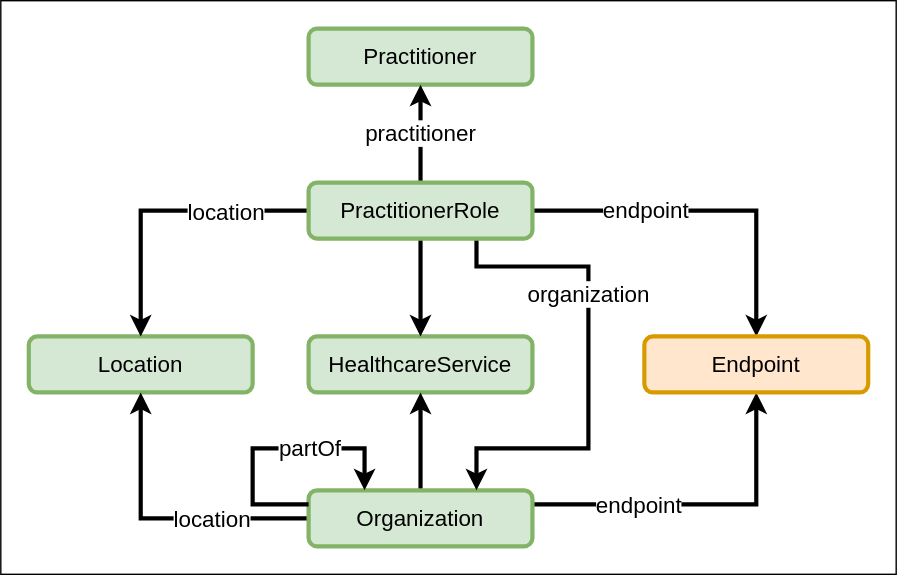
The draw.io diagram images/VZD_FHIR_Directory_Resourcen.svg in gematik/api-vzd, before a commit. Source tidied: cells renumbered, new cells last; positions are measured from the earlier drawing's top-left corner, leaving out a move shared by most shapes.
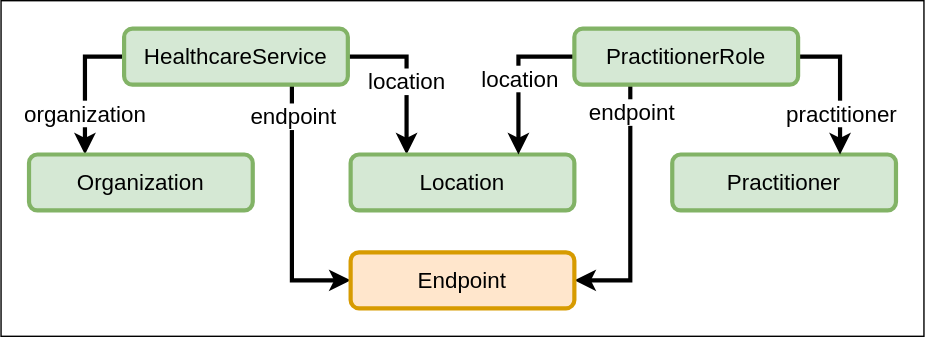
After the commit.

Change to the diagram source:
```diff
@@ -3,90 +3,69 @@
     <mxCell id="0" />
     <mxCell id="1" parent="0" />
     <mxCell id="2" style="rounded=0;whiteSpace=wrap;html=1;fontSize=16;fillColor=none;" parent="1" vertex="1">
-      <mxGeometry width="640" height="410" as="geometry" />
+      <mxGeometry x="-60" y="460" width="660" height="240" as="geometry" />
     </mxCell>
+    <mxCell id="23" style="edgeStyle=orthogonalEdgeStyle;rounded=0;jettySize=auto;html=1;exitX=0;exitY=0.5;exitDx=0;exitDy=0;entryX=0.25;entryY=0;entryDx=0;entryDy=0;strokeWidth=3;" parent="1" edge="1" source="3" target="10">
+      <mxGeometry relative="1" as="geometry" />
+    </mxCell>
+    <mxCell id="17" value="organization" style="edgeLabel;html=1;align=center;verticalAlign=middle;fontSize=16;" parent="23" vertex="1">
+      <mxGeometry x="0.14" y="-1" relative="1" as="geometry">
+        <mxPoint y="12" as="offset" />
+      </mxGeometry>
+    </mxCell>
+    <mxCell id="24" style="edgeStyle=orthogonalEdgeStyle;rounded=0;jettySize=auto;html=1;entryX=0.25;entryY=0;entryDx=0;entryDy=0;strokeWidth=3;" parent="1" edge="1" source="3" target="4">
+      <mxGeometry relative="1" as="geometry" />
+    </mxCell>
+    <mxCell id="25" value="location" style="edgeLabel;html=1;align=center;verticalAlign=middle;fontSize=16;" parent="24" vertex="1">
+      <mxGeometry x="0.05" y="-1" relative="1" as="geometry" />
+    </mxCell>
+    <mxCell id="26" style="edgeStyle=orthogonalEdgeStyle;rounded=0;jettySize=auto;html=1;exitX=0.75;exitY=1;exitDx=0;exitDy=0;entryX=0;entryY=0.5;entryDx=0;entryDy=0;strokeWidth=3;" parent="1" edge="1" source="3" target="20">
+      <mxGeometry relative="1" as="geometry" />
+    </mxCell>
+    <mxCell id="27" value="endpoint" style="edgeLabel;html=1;align=center;verticalAlign=middle;fontSize=16;" parent="26" vertex="1">
+      <mxGeometry x="0.28" relative="1" as="geometry">
+        <mxPoint y="-95" as="offset" />
+      </mxGeometry>
+    </mxCell>
     <mxCell id="3" value="HealthcareService" style="rounded=1;whiteSpace=wrap;html=1;fillColor=#d5e8d4;strokeColor=#82b366;strokeWidth=3;fontSize=16;" parent="1" vertex="1">
-      <mxGeometry x="220" y="240" width="160" height="40" as="geometry" />
+      <mxGeometry x="28" y="480" width="160" height="40" as="geometry" />
     </mxCell>
     <mxCell id="4" value="Location" style="rounded=1;whiteSpace=wrap;html=1;fillColor=#d5e8d4;strokeColor=#82b366;strokeWidth=3;fontSize=16;" parent="1" vertex="1">
-      <mxGeometry x="20" y="240" width="160" height="40" as="geometry" />
+      <mxGeometry x="190" y="570" width="160" height="40" as="geometry" />
     </mxCell>
-    <mxCell id="5" style="edgeStyle=orthogonalEdgeStyle;rounded=0;jettySize=auto;html=1;entryX=0.5;entryY=1;entryDx=0;entryDy=0;strokeWidth=3;" parent="1" edge="1" source="10" target="4">
-      <mxGeometry relative="1" as="geometry" />
-    </mxCell>
-    <mxCell id="6" value="location" style="edgeLabel;html=1;align=center;verticalAlign=middle;fontSize=16;" parent="5" vertex="1">
-      <mxGeometry x="-0.26" y="1" relative="1" as="geometry">
-        <mxPoint x="8" y="-1" as="offset" />
-      </mxGeometry>
-    </mxCell>
-    <mxCell id="7" style="edgeStyle=orthogonalEdgeStyle;rounded=0;jettySize=auto;html=1;entryX=0.5;entryY=1;entryDx=0;entryDy=0;strokeWidth=3;" parent="1" edge="1" source="10" target="20">
-      <mxGeometry relative="1" as="geometry">
-        <Array as="points">
-          <mxPoint x="540" y="360" />
-        </Array>
-      </mxGeometry>
-    </mxCell>
-    <mxCell id="8" value="endpoint" style="edgeLabel;html=1;align=center;verticalAlign=middle;fontSize=16;" parent="7" vertex="1">
-      <mxGeometry x="-0.38" relative="1" as="geometry" />
-    </mxCell>
-    <mxCell id="9" style="edgeStyle=orthogonalEdgeStyle;rounded=0;jettySize=auto;html=1;exitX=0.5;exitY=0;exitDx=0;exitDy=0;entryX=0.5;entryY=1;entryDx=0;entryDy=0;strokeWidth=3;" parent="1" edge="1" source="10" target="3">
-      <mxGeometry relative="1" as="geometry" />
-    </mxCell>
+    <mxCell id="11" value="Practitioner" style="rounded=1;whiteSpace=wrap;html=1;fillColor=#d5e8d4;strokeColor=#82b366;strokeWidth=3;fontSize=16;" parent="1" vertex="1">
+      <mxGeometry x="420" y="570" width="160" height="40" as="geometry" />
+    </mxCell>
     <mxCell id="10" value="Organization" style="rounded=1;whiteSpace=wrap;html=1;fillColor=#d5e8d4;strokeColor=#82b366;strokeWidth=3;fontSize=16;" parent="1" vertex="1">
-      <mxGeometry x="220" y="350" width="160" height="40" as="geometry" />
+      <mxGeometry x="-40" y="570" width="160" height="40" as="geometry" />
     </mxCell>
-    <mxCell id="11" value="Practitioner" style="rounded=1;whiteSpace=wrap;html=1;fillColor=#d5e8d4;strokeColor=#82b366;strokeWidth=3;fontSize=16;" parent="1" vertex="1">
-      <mxGeometry x="220" y="20" width="160" height="40" as="geometry" />
-    </mxCell>
-    <mxCell id="12" style="edgeStyle=orthogonalEdgeStyle;rounded=0;jettySize=auto;html=1;entryX=0.5;entryY=0;entryDx=0;entryDy=0;strokeWidth=3;" parent="1" edge="1" source="19" target="4">
+    <mxCell id="12" style="edgeStyle=orthogonalEdgeStyle;rounded=0;jettySize=auto;html=1;exitX=0;exitY=0.5;exitDx=0;exitDy=0;entryX=0.75;entryY=0;entryDx=0;entryDy=0;strokeWidth=3;" parent="1" edge="1" source="19" target="4">
       <mxGeometry relative="1" as="geometry" />
     </mxCell>
-    <mxCell id="13" value="location" style="edgeLabel;html=1;align=center;verticalAlign=middle;fontSize=16;" parent="12" vertex="1">
-      <mxGeometry x="-0.2" y="3" relative="1" as="geometry">
-        <mxPoint x="24" y="-3" as="offset" />
-      </mxGeometry>
-    </mxCell>
+    <mxCell id="28" value="location" style="edgeLabel;html=1;align=center;verticalAlign=middle;fontSize=16;" parent="12" vertex="1">
+      <mxGeometry relative="1" as="geometry" />
+    </mxCell>
+    <mxCell id="29" style="edgeStyle=orthogonalEdgeStyle;rounded=0;jettySize=auto;html=1;exitX=1;exitY=0.5;exitDx=0;exitDy=0;entryX=0.75;entryY=0;entryDx=0;entryDy=0;strokeWidth=3;" parent="1" edge="1" source="19" target="11">
+      <mxGeometry relative="1" as="geometry" />
+    </mxCell>
+    <mxCell id="18" value="practitioner" style="edgeLabel;html=1;align=center;verticalAlign=middle;fontSize=16;" parent="29" vertex="1">
+      <mxGeometry x="-0.16" y="4" relative="1" as="geometry">
+        <mxPoint x="-4" y="28" as="offset" />
+      </mxGeometry>
+    </mxCell>
-    <mxCell id="14" style="edgeStyle=orthogonalEdgeStyle;rounded=0;jettySize=auto;html=1;entryX=0.5;entryY=0;entryDx=0;entryDy=0;strokeWidth=3;" parent="1" edge="1" source="19" target="20">
+    <mxCell id="14" style="edgeStyle=orthogonalEdgeStyle;rounded=0;jettySize=auto;html=1;exitX=0.25;exitY=1;exitDx=0;exitDy=0;entryX=1;entryY=0.5;entryDx=0;entryDy=0;strokeWidth=3;" parent="1" edge="1" source="19" target="20">
       <mxGeometry relative="1" as="geometry" />
     </mxCell>
-    <mxCell id="15" value="endpoint" style="edgeLabel;html=1;align=center;verticalAlign=middle;fontSize=16;" parent="14" vertex="1">
-      <mxGeometry x="-0.38" y="-1" relative="1" as="geometry">
-        <mxPoint x="2" y="-2" as="offset" />
-      </mxGeometry>
-    </mxCell>
-    <mxCell id="16" style="edgeStyle=orthogonalEdgeStyle;rounded=0;jettySize=auto;html=1;entryX=0.5;entryY=0;entryDx=0;entryDy=0;strokeWidth=3;" parent="1" edge="1" source="19" target="3">
-      <mxGeometry relative="1" as="geometry" />
-    </mxCell>
-    <mxCell id="17" value="&lt;font style=&quot;font-size: 16px&quot;&gt;organization&lt;/font&gt;" style="edgeStyle=orthogonalEdgeStyle;rounded=0;jettySize=auto;html=1;exitX=0.75;exitY=1;exitDx=0;exitDy=0;entryX=0.75;entryY=0;entryDx=0;entryDy=0;strokeWidth=3;" parent="1" edge="1" source="19" target="10">
-      <mxGeometry x="-0.29" relative="1" as="geometry">
-        <Array as="points">
-          <mxPoint x="340" y="190" />
-          <mxPoint x="420" y="190" />
-          <mxPoint x="420" y="320" />
-          <mxPoint x="340" y="320" />
-        </Array>
-      </mxGeometry>
-    </mxCell>
-    <mxCell id="18" value="practitioner" style="edgeStyle=orthogonalEdgeStyle;rounded=0;jettySize=auto;html=1;exitX=0.5;exitY=0;exitDx=0;exitDy=0;entryX=0.5;entryY=1;entryDx=0;entryDy=0;fontSize=16;strokeWidth=3;" parent="1" edge="1" source="19" target="11">
-      <mxGeometry relative="1" as="geometry" />
-    </mxCell>
+    <mxCell id="30" value="endpoint" style="edgeLabel;html=1;align=center;verticalAlign=middle;fontSize=16;" parent="14" vertex="1">
+      <mxGeometry x="0.27" y="-2" relative="1" as="geometry">
+        <mxPoint x="2" y="-95" as="offset" />
+      </mxGeometry>
+    </mxCell>
     <mxCell id="19" value="PractitionerRole" style="rounded=1;whiteSpace=wrap;html=1;fillColor=#d5e8d4;strokeColor=#82b366;strokeWidth=3;fontSize=16;" parent="1" vertex="1">
-      <mxGeometry x="220" y="130" width="160" height="40" as="geometry" />
+      <mxGeometry x="350" y="480" width="160" height="40" as="geometry" />
     </mxCell>
     <mxCell id="20" value="Endpoint" style="rounded=1;whiteSpace=wrap;html=1;fillColor=#ffe6cc;strokeColor=#d79b00;strokeWidth=3;fontSize=16;" parent="1" vertex="1">
-      <mxGeometry x="460" y="240" width="160" height="40" as="geometry" />
+      <mxGeometry x="190" y="640" width="160" height="40" as="geometry" />
     </mxCell>
-    <mxCell id="21" style="edgeStyle=orthogonalEdgeStyle;rounded=0;orthogonalLoop=1;jettySize=auto;html=1;exitX=0;exitY=0.25;exitDx=0;exitDy=0;entryX=0.25;entryY=0;entryDx=0;entryDy=0;strokeWidth=3;" parent="1" edge="1" source="10" target="10">
-      <mxGeometry relative="1" as="geometry">
-        <Array as="points">
-          <mxPoint x="180" y="360" />
-          <mxPoint x="180" y="320" />
-          <mxPoint x="260" y="320" />
-        </Array>
-      </mxGeometry>
-    </mxCell>
-    <mxCell id="22" value="partOf" style="edgeLabel;html=1;align=center;verticalAlign=middle;fontSize=16;" parent="21" vertex="1">
-      <mxGeometry x="0.26" y="1" relative="1" as="geometry" />
-    </mxCell>
   </root>
 </mxGraphModel>
```
